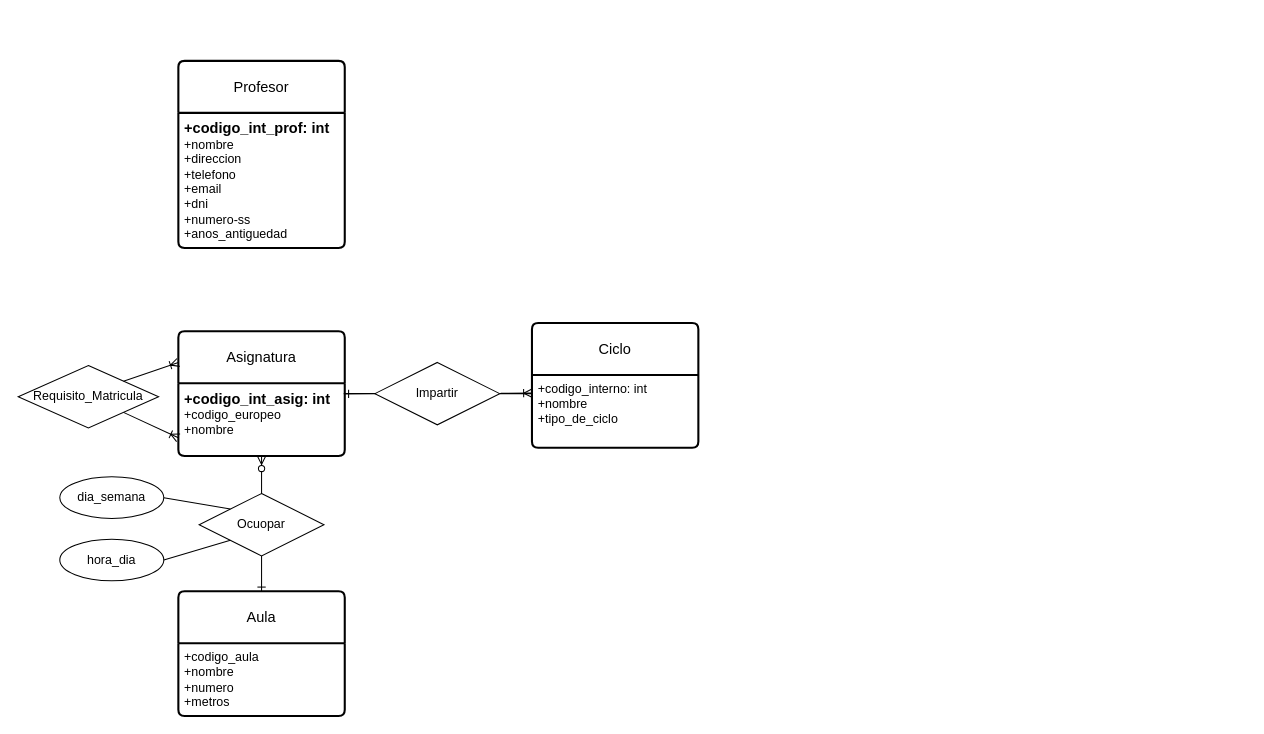
Above: ejercicio17.drawio in AsierGArranz/aga-sru-sa-t-UD12DiagramaER-11102023 (draw.io), before the change. Source tidied: cells renumbered, new cells numbered last; positions are measured from the earlier drawing's top-left corner, leaving out a move shared by most shapes. Both pictures are drawn from the tidied source at 104%, with x=0, y=0 at pixel (18, 60).
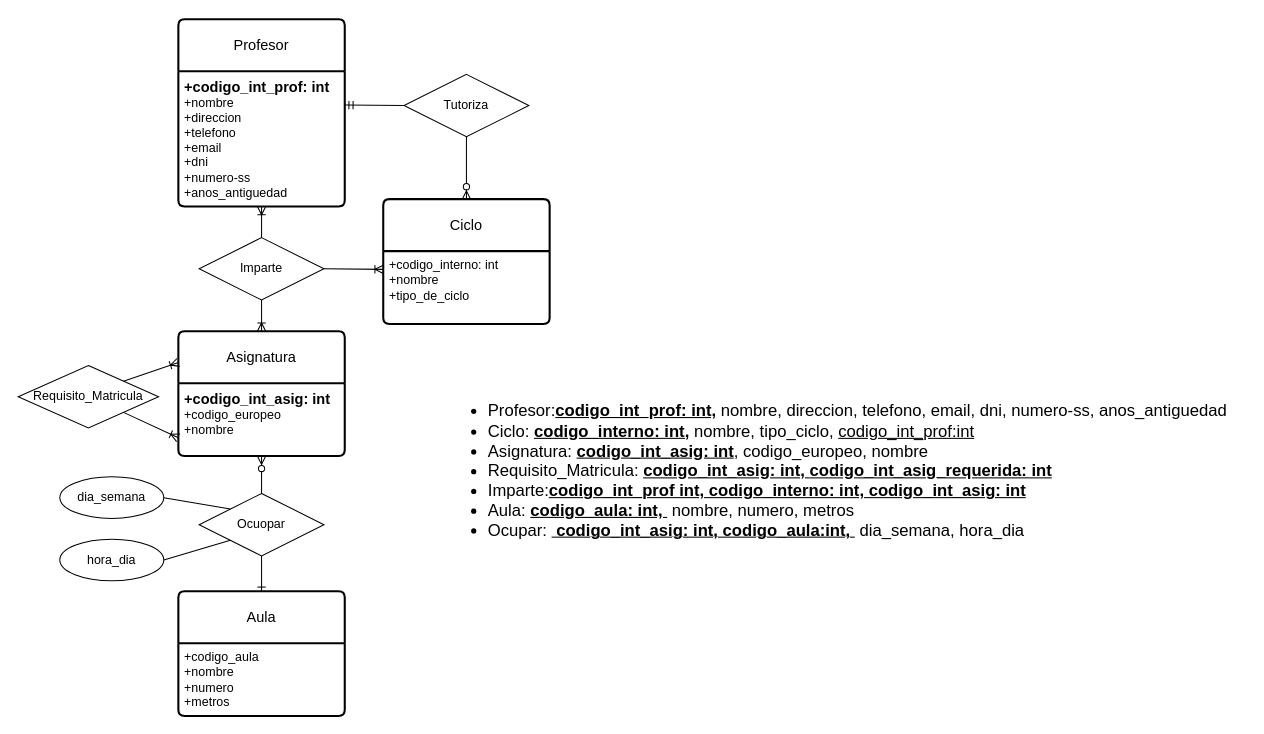
Above is the later version.

Unchanged cells that the change refers to:
```xml
<mxCell id="4" value="Asignatura" style="swimlane;horizontal=1;startSize=50;rounded=1;fontSize=14;fontStyle=0;strokeWidth=2;shadow=0;dashed=0;align=center;arcSize=4;whiteSpace=wrap;html=1;" parent="1" vertex="1">
  <mxGeometry x="154" y="260" width="160" height="120" as="geometry" />
</mxCell>
<mxCell id="5" value="&lt;font style=&quot;font-size: 14px;&quot;&gt;&lt;b&gt;+codigo_int_asig: int&lt;/b&gt;&lt;/font&gt;&lt;br&gt;+codigo_europeo&lt;br&gt;+nombre" style="align=left;strokeColor=none;fillColor=none;spacingLeft=4;fontSize=12;verticalAlign=top;html=1;" parent="4" vertex="1">
  <mxGeometry y="50" width="160" height="70" as="geometry" />
</mxCell>
<mxCell id="8" value="+codigo_interno: int&lt;br&gt;+nombre&lt;br&gt;+tipo_de_ciclo" style="align=left;strokeColor=none;fillColor=none;spacingLeft=4;fontSize=12;verticalAlign=top;html=1;" parent="7" vertex="1">
  <mxGeometry y="50" width="160" height="70" as="geometry" />
</mxCell>
<mxCell id="22" value="&lt;font style=&quot;font-size: 14px;&quot;&gt;&lt;b&gt;+codigo_int_prof: int&lt;/b&gt;&lt;/font&gt;&lt;br&gt;+nombre&lt;br&gt;+direccion&lt;br&gt;+telefono&lt;br&gt;+email&lt;br&gt;+dni&lt;br&gt;+numero-ss&lt;br&gt;+anos_antiguedad" style="align=left;strokeColor=none;fillColor=none;spacingLeft=4;fontSize=12;verticalAlign=top;html=1;" parent="21" vertex="1">
  <mxGeometry y="50" width="160" height="130" as="geometry" />
</mxCell>
```

What changed in the source:
```diff
@@
-    <mxCell id="6" value="Impartir" style="shape=rhombus;perimeter=rhombusPerimeter;whiteSpace=wrap;html=1;align=center;" parent="1" vertex="1">
-      <mxGeometry x="343" y="290" width="120" height="60" as="geometry" />
-    </mxCell>
     <mxCell id="7" value="Ciclo" style="swimlane;horizontal=1;startSize=50;rounded=1;fontSize=14;fontStyle=0;strokeWidth=2;shadow=0;dashed=0;align=center;arcSize=4;whiteSpace=wrap;html=1;" parent="1" vertex="1">
-      <mxGeometry x="494" y="252" width="160" height="120" as="geometry" />
+      <mxGeometry x="351" y="133" width="160" height="120" as="geometry" />
     </mxCell>
@@
-    <mxCell id="10" style="edgeStyle=entityRelationEdgeStyle;fontSize=12;html=1;endArrow=ERoneToMany;rounded=0;exitX=1;exitY=0.5;exitDx=0;exitDy=0;entryX=0;entryY=0.25;entryDx=0;entryDy=0;" parent="1" edge="1" source="6" target="8">
+    <mxCell id="10" style="fontSize=12;html=1;endArrow=ERoneToMany;rounded=0;exitX=1;exitY=0.5;exitDx=0;exitDy=0;entryX=0;entryY=0.25;entryDx=0;entryDy=0;" parent="1" edge="1" source="23" target="8">
       <mxGeometry relative="1" as="geometry" />
     </mxCell>
-    <mxCell id="11" style="edgeStyle=entityRelationEdgeStyle;fontSize=12;html=1;endArrow=ERone;endFill=1;rounded=0;entryX=0.998;entryY=0.146;entryDx=0;entryDy=0;entryPerimeter=0;exitX=0;exitY=0.5;exitDx=0;exitDy=0;" parent="1" edge="1" source="6" target="5">
-      <mxGeometry relative="1" as="geometry" />
-    </mxCell>
@@
     <mxCell id="21" value="Profesor" style="swimlane;horizontal=1;startSize=50;rounded=1;fontSize=14;fontStyle=0;strokeWidth=2;shadow=0;dashed=0;align=center;arcSize=4;whiteSpace=wrap;html=1;" parent="1" vertex="1">
-      <mxGeometry x="154" width="160" height="180" as="geometry" />
+      <mxGeometry x="154" y="-40" width="160" height="180" as="geometry" />
     </mxCell>
@@
+    <mxCell id="23" value="Imparte" style="shape=rhombus;perimeter=rhombusPerimeter;whiteSpace=wrap;html=1;align=center;" parent="1" vertex="1">
+      <mxGeometry x="174" y="170" width="120" height="60" as="geometry" />
+    </mxCell>
+    <mxCell id="24" style="fontSize=12;html=1;endArrow=ERoneToMany;rounded=0;exitX=0.5;exitY=1;exitDx=0;exitDy=0;entryX=0.5;entryY=0;entryDx=0;entryDy=0;" parent="1" edge="1" source="23" target="4">
+      <mxGeometry relative="1" as="geometry" />
+    </mxCell>
+    <mxCell id="25" style="fontSize=12;html=1;endArrow=ERoneToMany;rounded=0;entryX=0.5;entryY=1;entryDx=0;entryDy=0;" parent="1" edge="1" target="22">
+      <mxGeometry relative="1" as="geometry">
+        <mxPoint x="234" y="170" as="sourcePoint" />
+      </mxGeometry>
+    </mxCell>
+    <mxCell id="26" value="Tutoriza" style="shape=rhombus;perimeter=rhombusPerimeter;whiteSpace=wrap;html=1;align=center;" parent="1" vertex="1">
+      <mxGeometry x="371" y="13" width="120" height="60" as="geometry" />
+    </mxCell>
+    <mxCell id="27" style="fontSize=12;html=1;endArrow=ERzeroToMany;endFill=1;rounded=0;exitX=0.5;exitY=1;exitDx=0;exitDy=0;entryX=0.5;entryY=0;entryDx=0;entryDy=0;" parent="1" edge="1" source="26" target="7">
+      <mxGeometry relative="1" as="geometry" />
+    </mxCell>
+    <mxCell id="28" style="fontSize=12;html=1;endArrow=ERmandOne;rounded=0;entryX=1;entryY=0.25;entryDx=0;entryDy=0;exitX=0;exitY=0.5;exitDx=0;exitDy=0;" parent="1" edge="1" source="26" target="22">
+      <mxGeometry relative="1" as="geometry" />
+    </mxCell>
+    <mxCell id="29" value="&lt;ul style=&quot;font-size: 16px;&quot;&gt;&lt;li&gt;Profesor:&lt;u style=&quot;font-weight: bold;&quot;&gt;codigo_int_prof: int,&lt;/u&gt;&amp;nbsp;nombre, direccion, telefono, email, dni, numero-ss, anos_antiguedad&lt;/li&gt;&lt;li&gt;Ciclo: &lt;u style=&quot;font-weight: bold;&quot;&gt;codigo_interno: int,&lt;/u&gt;&amp;nbsp;nombre, tipo_ciclo, &lt;u&gt;codigo_int_prof:int&lt;/u&gt;&lt;/li&gt;&lt;li&gt;Asignatura: &lt;u style=&quot;font-weight: bold;&quot;&gt;codigo_int_asig: int&lt;/u&gt;, codigo_europeo, nombre&lt;/li&gt;&lt;li&gt;Requisito_Matricula:&amp;nbsp;&lt;u style=&quot;border-color: var(--border-color); font-weight: bold;&quot;&gt;codigo_int_asig: int,&amp;nbsp;&lt;/u&gt;&lt;u style=&quot;border-color: var(--border-color); font-weight: bold;&quot;&gt;codigo_int_asig_requerida: int&lt;/u&gt;&lt;br&gt;&lt;/li&gt;&lt;li&gt;Imparte:&lt;b&gt;&lt;u&gt;codigo_int_prof int, codigo_interno: int, codigo_int_asig: int&lt;/u&gt;&lt;/b&gt;&lt;/li&gt;&lt;li&gt;Aula: &lt;u style=&quot;font-weight: bold;&quot;&gt;codigo_aula: int,&amp;nbsp;&lt;/u&gt;&amp;nbsp;nombre, numero, metros&lt;/li&gt;&lt;li&gt;Ocupar:&amp;nbsp;&lt;u style=&quot;font-weight: bold;&quot;&gt;&amp;nbsp;codigo_int_asig: int, codigo_aula:int,&amp;nbsp;&lt;/u&gt;&amp;nbsp;dia_semana, hora_dia&lt;/li&gt;&lt;/ul&gt;" style="text;strokeColor=none;fillColor=none;html=1;whiteSpace=wrap;verticalAlign=middle;overflow=hidden;" parent="1" vertex="1">
+      <mxGeometry x="410" y="290" width="770" height="207" as="geometry" />
+    </mxCell>
```
